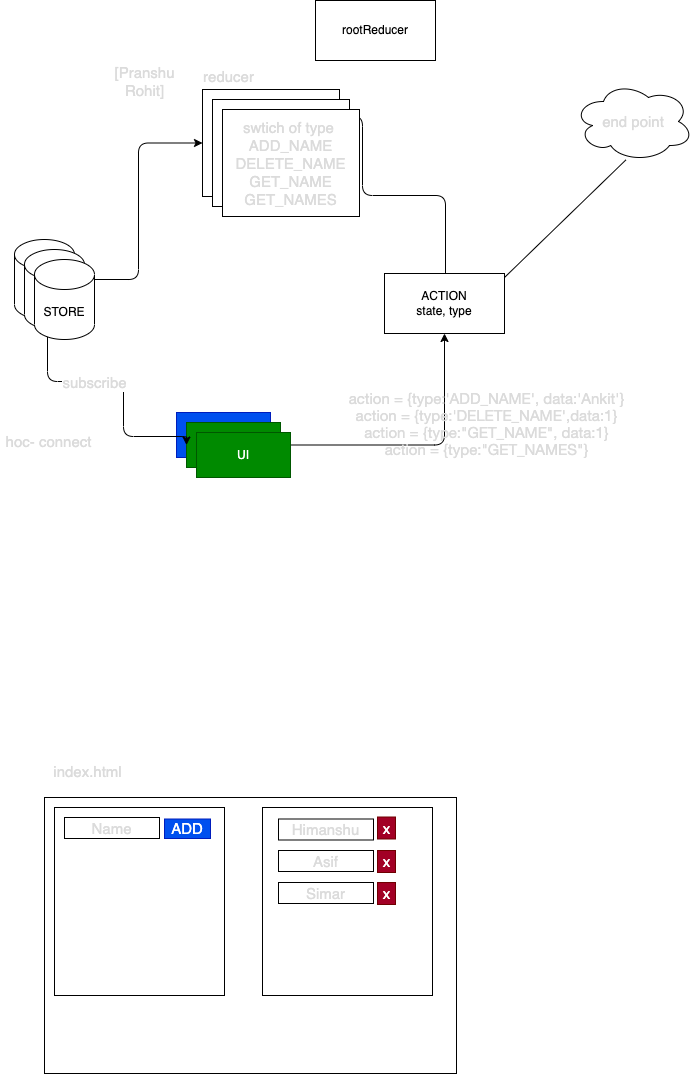
The draw.io diagram images/day20.drawio.png in adithnaveen/2022-jul-asde-jfs-sapient, before a commit. Source tidied: cells renumbered, new cells last; positions are measured from the earlier drawing's top-left corner, leaving out a move shared by most shapes.
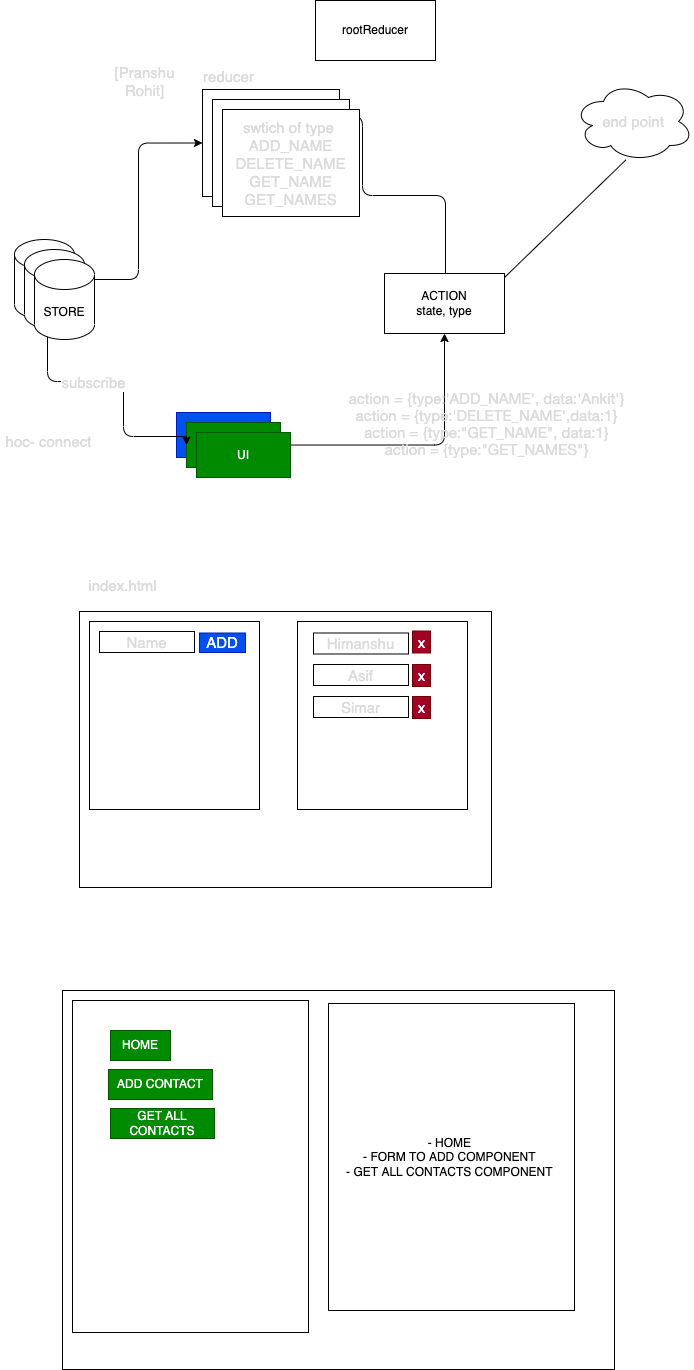
The same file after the commit.

What changed in the source:
```diff
@@ -51,40 +51,40 @@
       <mxGeometry x="197" y="65" width="61" height="22" as="geometry" />
     </mxCell>
     <mxCell id="14" style="rounded=0;whiteSpace=wrap;html=1;fontSize=15;fontColor=#DBDBDB;" parent="1" vertex="1">
-      <mxGeometry x="44" y="797" width="412" height="276" as="geometry" />
+      <mxGeometry x="79" y="611" width="412" height="276" as="geometry" />
     </mxCell>
     <mxCell id="15" style="rounded=0;whiteSpace=wrap;html=1;fontSize=15;fontColor=#DBDBDB;" parent="1" vertex="1">
-      <mxGeometry x="54" y="807" width="170" height="188" as="geometry" />
+      <mxGeometry x="89" y="621" width="170" height="188" as="geometry" />
     </mxCell>
     <mxCell id="16" value="Name" style="rounded=0;whiteSpace=wrap;html=1;fontSize=15;fontColor=#DBDBDB;" parent="1" vertex="1">
-      <mxGeometry x="64" y="817" width="95" height="21" as="geometry" />
+      <mxGeometry x="99" y="631" width="95" height="21" as="geometry" />
     </mxCell>
     <mxCell id="17" value="ADD" style="rounded=0;whiteSpace=wrap;html=1;fontSize=15;fontColor=#ffffff;fillColor=#0050ef;strokeColor=#001DBC;" parent="1" vertex="1">
-      <mxGeometry x="164" y="818.5" width="46" height="19.5" as="geometry" />
+      <mxGeometry x="199" y="632.5" width="46" height="19.5" as="geometry" />
     </mxCell>
     <mxCell id="18" style="rounded=0;whiteSpace=wrap;html=1;fontSize=15;fontColor=#DBDBDB;" parent="1" vertex="1">
-      <mxGeometry x="262" y="807" width="170" height="188" as="geometry" />
+      <mxGeometry x="297" y="621" width="170" height="188" as="geometry" />
     </mxCell>
     <mxCell id="19" value="Himanshu" style="rounded=0;whiteSpace=wrap;html=1;fontSize=15;fontColor=#DBDBDB;" parent="1" vertex="1">
-      <mxGeometry x="278" y="818.5" width="95" height="21" as="geometry" />
+      <mxGeometry x="313" y="632.5" width="95" height="21" as="geometry" />
     </mxCell>
     <mxCell id="20" value="Asif" style="rounded=0;whiteSpace=wrap;html=1;fontSize=15;fontColor=#DBDBDB;" parent="1" vertex="1">
-      <mxGeometry x="278" y="850" width="95" height="21" as="geometry" />
+      <mxGeometry x="313" y="664" width="95" height="21" as="geometry" />
     </mxCell>
     <mxCell id="21" value="Simar" style="rounded=0;whiteSpace=wrap;html=1;fontSize=15;fontColor=#DBDBDB;" parent="1" vertex="1">
-      <mxGeometry x="278" y="882" width="95" height="21" as="geometry" />
+      <mxGeometry x="313" y="696" width="95" height="21" as="geometry" />
     </mxCell>
     <mxCell id="22" value="x" style="text;html=1;align=center;verticalAlign=middle;strokeColor=#6F0000;fillColor=#a20025;fontSize=15;fontColor=#ffffff;" parent="1" vertex="1">
-      <mxGeometry x="377" y="816.5" width="18" height="22" as="geometry" />
+      <mxGeometry x="412" y="630.5" width="18" height="22" as="geometry" />
     </mxCell>
     <mxCell id="23" value="x" style="text;html=1;align=center;verticalAlign=middle;strokeColor=#6F0000;fillColor=#a20025;fontSize=15;fontColor=#ffffff;" parent="1" vertex="1">
-      <mxGeometry x="377" y="850" width="18" height="22" as="geometry" />
+      <mxGeometry x="412" y="664" width="18" height="22" as="geometry" />
     </mxCell>
     <mxCell id="24" value="x" style="text;html=1;align=center;verticalAlign=middle;strokeColor=#6F0000;fillColor=#a20025;fontSize=15;fontColor=#ffffff;" parent="1" vertex="1">
-      <mxGeometry x="377" y="882" width="18" height="22" as="geometry" />
+      <mxGeometry x="412" y="696" width="18" height="22" as="geometry" />
     </mxCell>
     <mxCell id="25" value="index.html" style="text;html=1;align=center;verticalAlign=middle;strokeColor=none;fillColor=none;fontSize=15;fontColor=#DBDBDB;" parent="1" vertex="1">
-      <mxGeometry x="48" y="760" width="78" height="22" as="geometry" />
+      <mxGeometry x="83" y="574" width="78" height="22" as="geometry" />
     </mxCell>
     <mxCell id="26" value="[Pranshu&lt;br&gt;Rohit]" style="text;html=1;strokeColor=none;fillColor=none;align=center;verticalAlign=middle;whiteSpace=wrap;rounded=0;fontSize=15;fontColor=#DBDBDB;" parent="1" vertex="1">
       <mxGeometry x="110" y="57" width="69" height="47" as="geometry" />
@@ -118,5 +118,23 @@
     <mxCell id="35" value="swtich of type&amp;nbsp;&lt;br&gt;ADD_NAME&lt;br&gt;DELETE_NAME&lt;br&gt;GET_NAME&lt;br&gt;GET_NAMES" style="rounded=0;whiteSpace=wrap;html=1;fontSize=15;fontColor=#DBDBDB;" parent="1" vertex="1">
       <mxGeometry x="222" y="109" width="137" height="107" as="geometry" />
     </mxCell>
+    <mxCell id="36" style="rounded=0;whiteSpace=wrap;html=1;" parent="1" vertex="1">
+      <mxGeometry x="62" y="990" width="552" height="379" as="geometry" />
+    </mxCell>
+    <mxCell id="37" style="rounded=0;whiteSpace=wrap;html=1;" parent="1" vertex="1">
+      <mxGeometry x="72" y="1000" width="236" height="332" as="geometry" />
+    </mxCell>
+    <mxCell id="38" value="HOME" style="text;html=1;strokeColor=#005700;fillColor=#008a00;align=center;verticalAlign=middle;whiteSpace=wrap;rounded=0;fontColor=#ffffff;" parent="1" vertex="1">
+      <mxGeometry x="110" y="1030" width="60" height="30" as="geometry" />
+    </mxCell>
+    <mxCell id="39" value="ADD CONTACT" style="text;html=1;strokeColor=#005700;fillColor=#008a00;align=center;verticalAlign=middle;whiteSpace=wrap;rounded=0;fontColor=#ffffff;" parent="1" vertex="1">
+      <mxGeometry x="108" y="1069" width="104" height="30" as="geometry" />
+    </mxCell>
+    <mxCell id="40" value="GET ALL CONTACTS" style="text;html=1;strokeColor=#005700;fillColor=#008a00;align=center;verticalAlign=middle;whiteSpace=wrap;rounded=0;fontColor=#ffffff;" parent="1" vertex="1">
+      <mxGeometry x="110" y="1108" width="104" height="30" as="geometry" />
+    </mxCell>
+    <mxCell id="41" value="- HOME &lt;br&gt;- FORM TO ADD COMPONENT&amp;nbsp;&lt;br&gt;- GET ALL CONTACTS COMPONENT&amp;nbsp;" style="rounded=0;whiteSpace=wrap;html=1;" parent="1" vertex="1">
+      <mxGeometry x="328" y="1003" width="246" height="307" as="geometry" />
+    </mxCell>
   </root>
 </mxGraphModel>
```
